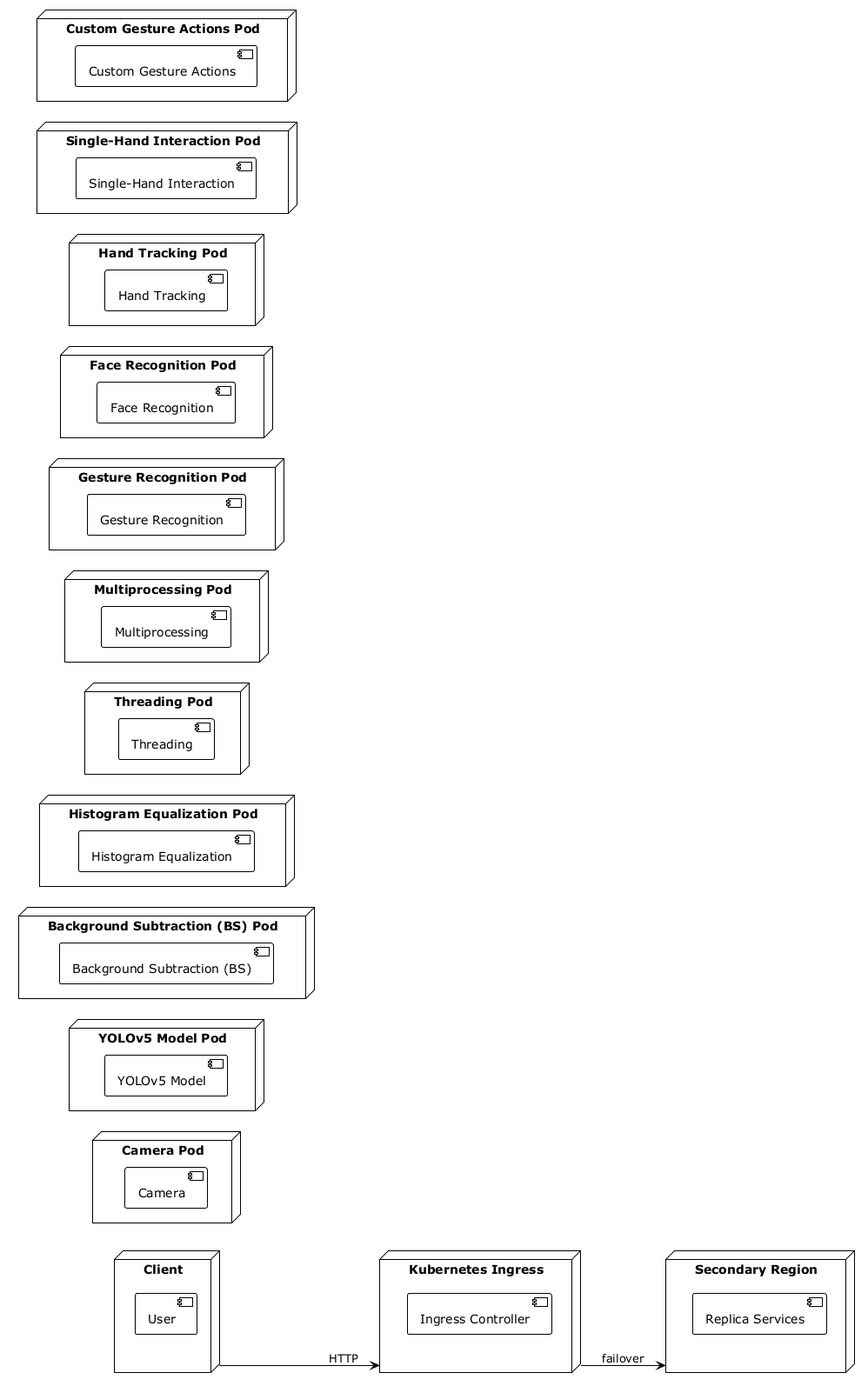
Above: data/outputs/deployment_view.png in hanaAbdelwahab/GPARCHIMIND (PlantUML), before the change.
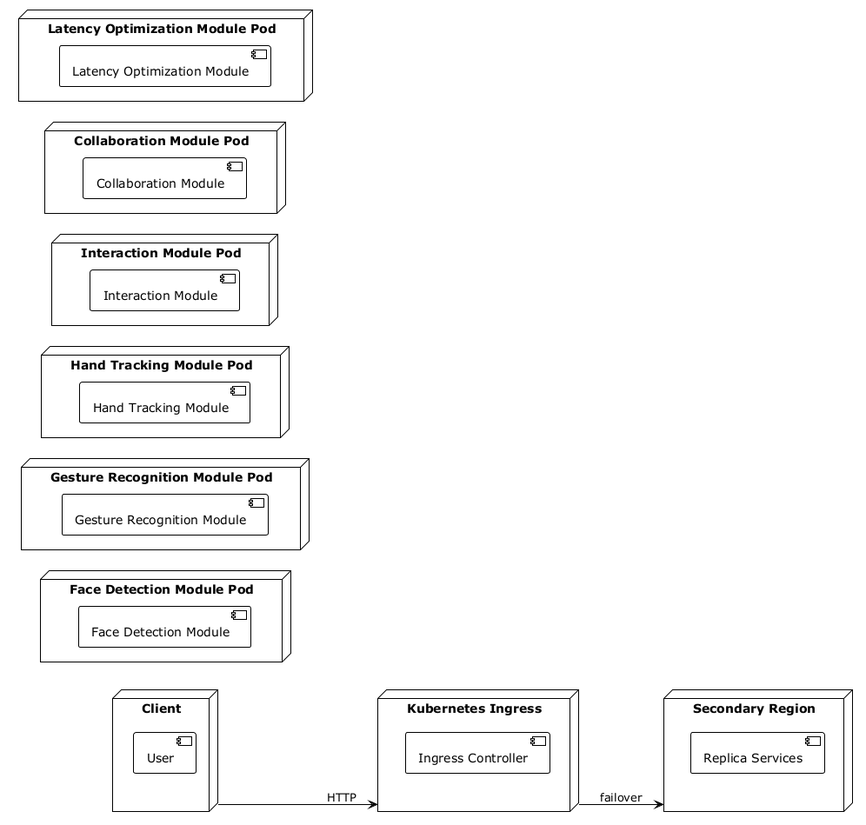
Later version of the same file.

Diff of the diagram source:
```diff
@@ -7,38 +7,23 @@
 node "Kubernetes Ingress" as IngressController {
   component "Ingress Controller"
 }
-node "Camera Pod" as CameraPod {
-  component "Camera"
+node "Face Detection Module Pod" as FaceDetectionModulePod {
+  component "Face Detection Module"
 }
-node "YOLOv5 Model Pod" as YOLOv5ModelPod {
-  component "YOLOv5 Model"
+node "Gesture Recognition Module Pod" as GestureRecognitionModulePod {
+  component "Gesture Recognition Module"
 }
-node "Background Subtraction (BS) Pod" as BackgroundSubtractionBSPod {
-  component "Background Subtraction (BS)"
+node "Hand Tracking Module Pod" as HandTrackingModulePod {
+  component "Hand Tracking Module"
 }
-node "Histogram Equalization Pod" as HistogramEqualizationPod {
-  component "Histogram Equalization"
+node "Interaction Module Pod" as InteractionModulePod {
+  component "Interaction Module"
 }
-node "Threading Pod" as ThreadingPod {
-  component "Threading"
+node "Collaboration Module Pod" as CollaborationModulePod {
+  component "Collaboration Module"
 }
-node "Multiprocessing Pod" as MultiprocessingPod {
-  component "Multiprocessing"
-}
-node "Gesture Recognition Pod" as GestureRecognitionPod {
-  component "Gesture Recognition"
-}
-node "Face Recognition Pod" as FaceRecognitionPod {
-  component "Face Recognition"
-}
-node "Hand Tracking Pod" as HandTrackingPod {
-  component "Hand Tracking"
-}
-node "Single-Hand Interaction Pod" as SingleHandInteractionPod {
-  component "Single-Hand Interaction"
-}
-node "Custom Gesture Actions Pod" as CustomGestureActionsPod {
-  component "Custom Gesture Actions"
+node "Latency Optimization Module Pod" as LatencyOptimizationModulePod {
+  component "Latency Optimization Module"
 }
 Client --> IngressController : HTTP
 node "Secondary Region" as SecondaryRegion {
```
